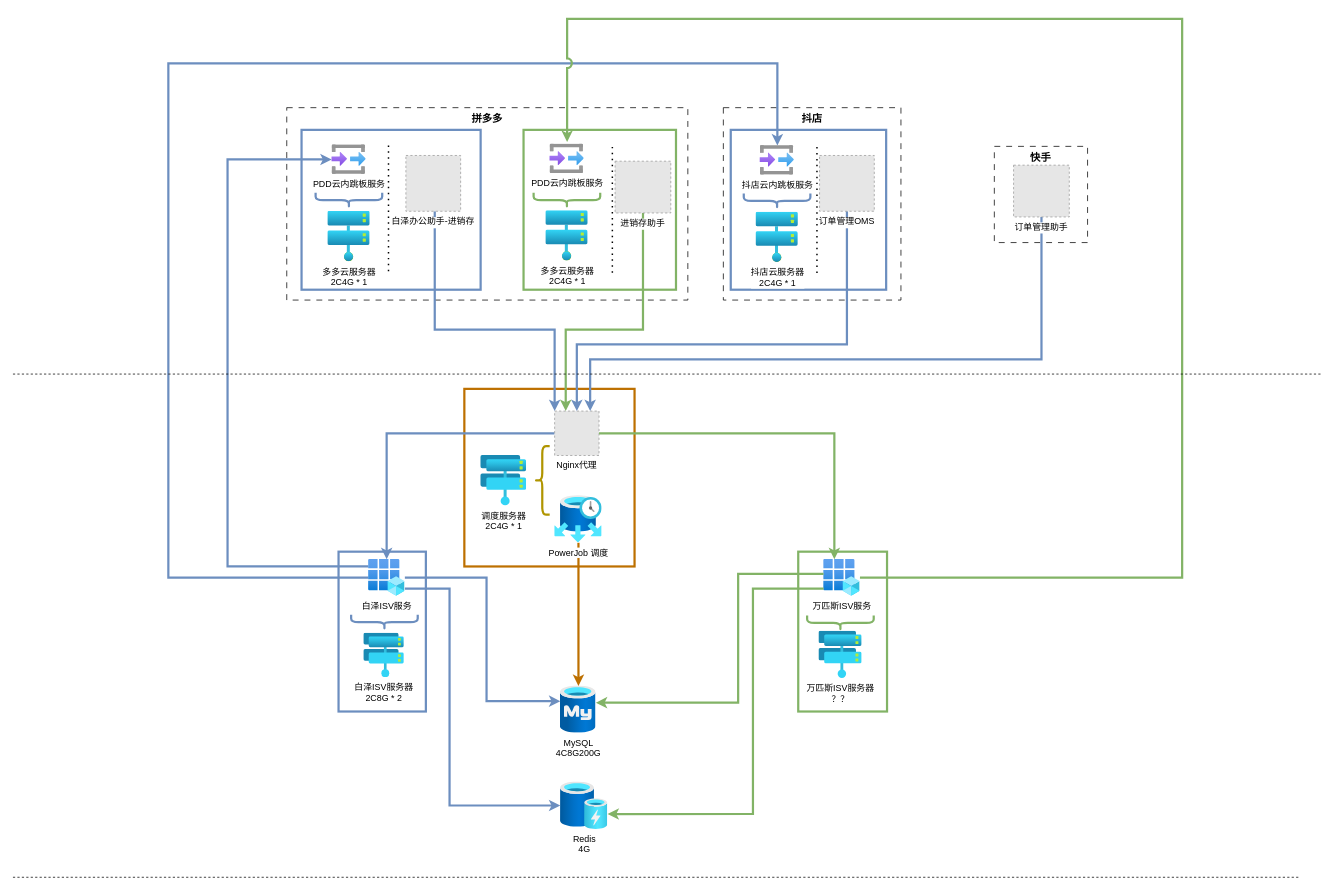
shixw/drawio-depository keeps this draw.io diagram as page "第 6 页 的副本" (7 of 7) of ISV 对接.drawio. Above is the earlier version. Source tidied: cells renumbered, new cells numbered last; positions are measured from the earlier drawing's top-left corner, leaving out a move shared by most shapes. Both pictures are drawn from the tidied source at 74%, with x=0, y=0 at pixel (13, 18). Pictures stored in the file or linked from it are replaced by grey dashed boxes.
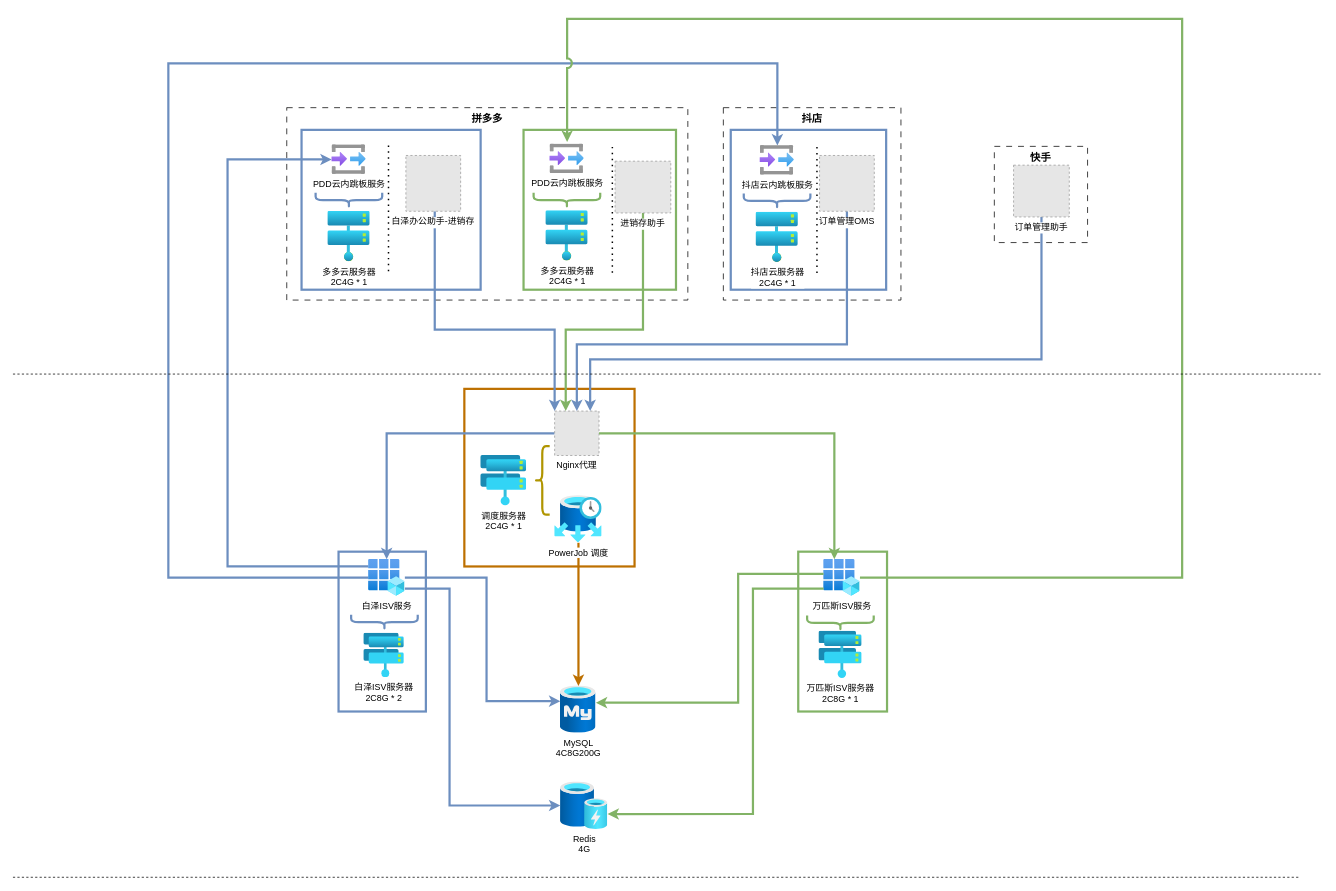
The same diagram, later.

What changed in the source:
```diff
@@
-    <mxCell id="13" value="万匹斯ISV服务器&lt;br&gt;？？" style="image;html=1;align=center;fontSize=12;image=img/lib/azure2/compute/Host_Groups.svg;" parent="1" vertex="1">
+    <mxCell id="13" value="万匹斯ISV服务器&lt;br&gt;2C8G * 1" style="image;html=1;align=center;fontSize=12;image=img/lib/azure2/compute/Host_Groups.svg;" parent="1" vertex="1">
       <mxGeometry x="1089" y="827.2" width="58.4" height="64" as="geometry" />
     </mxCell>
```
